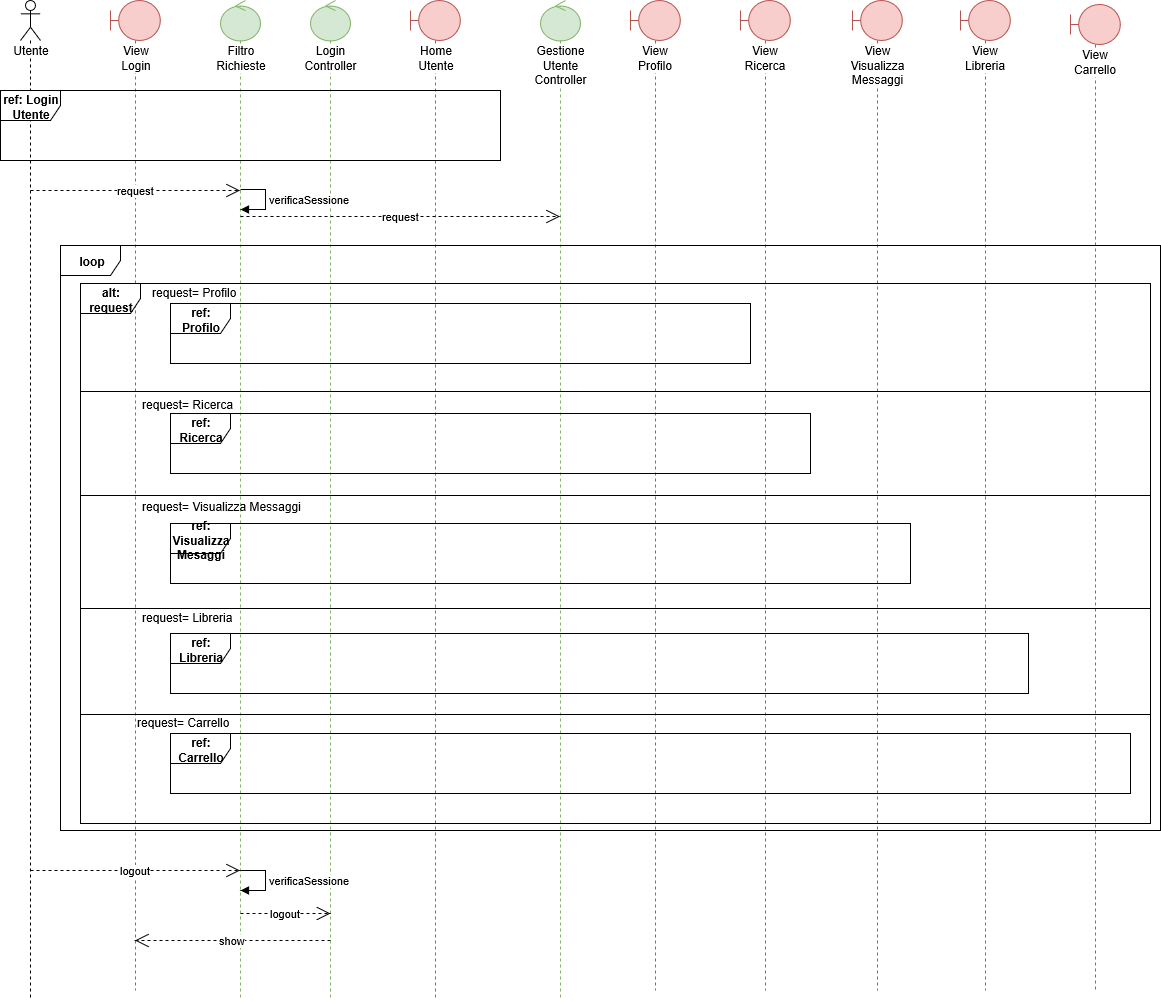
Before: Relazione quasi completa/Diagramma utente.png, a diagram exported from draw.io (SundavarBlaka/Alexandria). Source tidied: cells renumbered, new cells last; positions are measured from the earlier drawing's top-left corner, leaving out a move shared by most shapes.
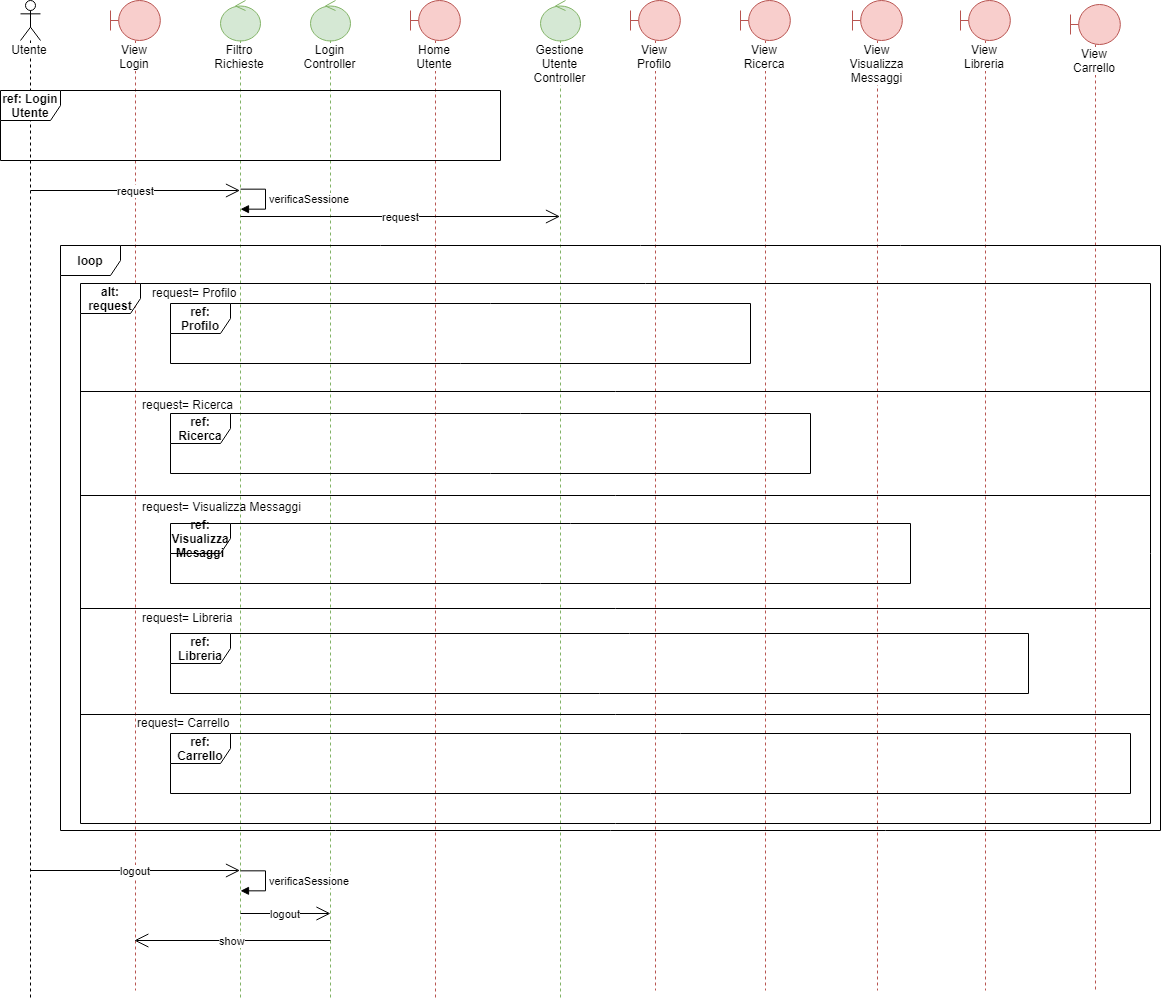
The same diagram one commit later.

What changed in the source:
```diff
@@ -23,12 +23,12 @@
     <mxCell id="8" value="Gestione Utente Controller&lt;br&gt;" style="shape=umlLifeline;participant=umlControl;perimeter=lifelinePerimeter;whiteSpace=wrap;html=1;verticalAlign=top;spacingTop=36;labelBackgroundColor=#ffffff;fillColor=#d5e8d4;strokeColor=#82b366;" parent="1" vertex="1">
       <mxGeometry x="540" width="40" height="1000" as="geometry" />
     </mxCell>
-    <mxCell id="9" value="request&lt;br&gt;" style="endArrow=open;endSize=12;dashed=1;html=1;" parent="1" edge="1" target="4">
+    <mxCell id="9" value="request&lt;br&gt;" style="endArrow=open;endSize=12;html=1;" parent="1" edge="1" target="4">
       <mxGeometry relative="1" as="geometry">
         <mxPoint x="30" y="190" as="sourcePoint" />
       </mxGeometry>
     </mxCell>
-    <mxCell id="10" value="request&lt;br&gt;" style="endArrow=open;endSize=12;dashed=1;html=1;" parent="1" edge="1">
+    <mxCell id="10" value="request&lt;br&gt;" style="endArrow=open;endSize=12;html=1;" parent="1" edge="1">
       <mxGeometry relative="1" as="geometry">
         <mxPoint x="240" y="216" as="sourcePoint" />
         <mxPoint x="559.5" y="216" as="targetPoint" />
@@ -70,7 +70,7 @@
     <mxCell id="22" value="&lt;b&gt;loop&lt;/b&gt;&lt;br&gt;" style="shape=umlFrame;whiteSpace=wrap;html=1;" parent="1" vertex="1">
       <mxGeometry x="60" y="245" width="1100" height="585" as="geometry" />
     </mxCell>
-    <mxCell id="23" value="logout" style="endArrow=open;endSize=12;dashed=1;html=1;" parent="1" edge="1" target="4">
+    <mxCell id="23" value="logout" style="endArrow=open;endSize=12;html=1;" parent="1" edge="1" target="4">
       <mxGeometry relative="1" as="geometry">
         <mxPoint x="30" y="870" as="sourcePoint" />
       </mxGeometry>
@@ -93,13 +93,13 @@
         </Array>
       </mxGeometry>
     </mxCell>
-    <mxCell id="26" value="logout&lt;br&gt;" style="endArrow=open;endSize=12;dashed=1;html=1;" parent="1" edge="1">
+    <mxCell id="26" value="logout&lt;br&gt;" style="endArrow=open;endSize=12;html=1;" parent="1" edge="1">
       <mxGeometry relative="1" as="geometry">
         <mxPoint x="240" y="913" as="sourcePoint" />
         <mxPoint x="330" y="913" as="targetPoint" />
       </mxGeometry>
     </mxCell>
-    <mxCell id="27" value="show&lt;br&gt;" style="endArrow=open;endSize=12;dashed=1;html=1;" parent="1" edge="1" target="3">
+    <mxCell id="27" value="show&lt;br&gt;" style="endArrow=open;endSize=12;html=1;" parent="1" edge="1" target="3">
       <mxGeometry relative="1" as="geometry">
         <mxPoint x="330" y="940" as="sourcePoint" />
       </mxGeometry>
```
